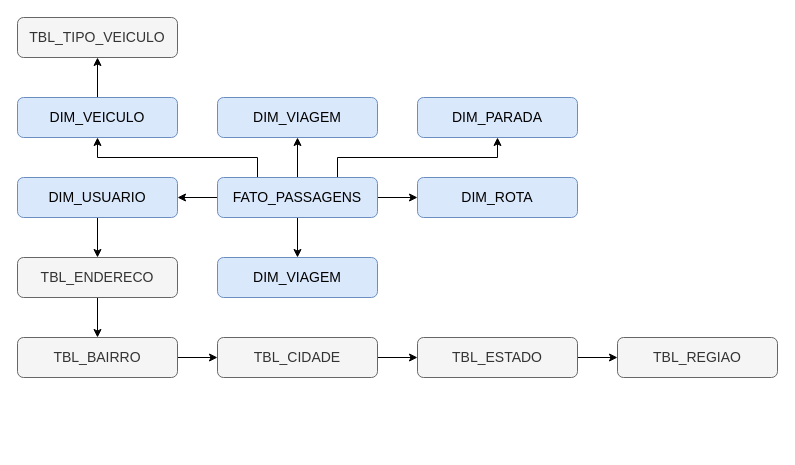
Earlier version of the draw.io diagram Pokedevs.DatabaseDiagram/Untitled Diagram.drawio (lucascgs1/FIAP-SmartCities-Oracle). Source tidied: cells renumbered, new cells numbered last; positions are measured from the earlier drawing's top-left corner, leaving out a move shared by most shapes. Both pictures are drawn from the tidied source at 100%, with x=0, y=0 at pixel (17, 17).
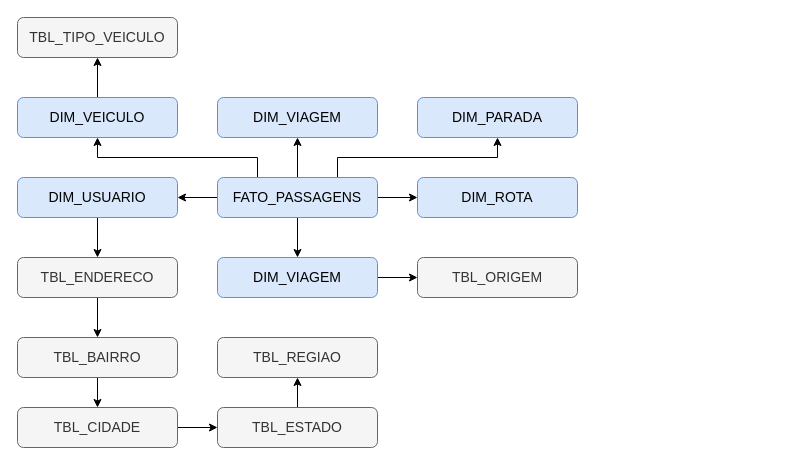
After the change.

Unchanged cells that the change refers to:
```xml
<mxCell id="12" value="&lt;span style=&quot;font-size: 14px&quot;&gt;DIM_VIAGEM&lt;/span&gt;" style="rounded=1;whiteSpace=wrap;html=1;fillColor=#dae8fc;strokeColor=#6c8ebf;" parent="1" vertex="1">
  <mxGeometry x="200" y="240" width="160" height="40" as="geometry" />
</mxCell>
```

The edit, as a diff of the source:
```diff
@@
+    <mxCell id="27" style="edgeStyle=orthogonalEdgeStyle;rounded=0;jettySize=auto;html=1;" parent="1" edge="1" source="12" target="28">
+      <mxGeometry relative="1" as="geometry" />
+    </mxCell>
@@
     <mxCell id="23" value="&lt;span style=&quot;font-size: 14px&quot;&gt;TBL_CIDADE&lt;/span&gt;" style="rounded=1;whiteSpace=wrap;html=1;fillColor=#f5f5f5;strokeColor=#666666;fontColor=#333333;" parent="1" vertex="1">
-      <mxGeometry x="200" y="320" width="160" height="40" as="geometry" />
+      <mxGeometry y="390" width="160" height="40" as="geometry" />
     </mxCell>
@@
     <mxCell id="25" value="&lt;span style=&quot;font-size: 14px&quot;&gt;TBL_ESTADO&lt;/span&gt;" style="rounded=1;whiteSpace=wrap;html=1;fillColor=#f5f5f5;strokeColor=#666666;fontColor=#333333;" parent="1" vertex="1">
-      <mxGeometry x="400" y="320" width="160" height="40" as="geometry" />
+      <mxGeometry x="200" y="390" width="160" height="40" as="geometry" />
     </mxCell>
     <mxCell id="26" value="&lt;span style=&quot;font-size: 14px&quot;&gt;TBL_REGIAO&lt;/span&gt;" style="rounded=1;whiteSpace=wrap;html=1;fillColor=#f5f5f5;strokeColor=#666666;fontColor=#333333;" parent="1" vertex="1">
-      <mxGeometry x="600" y="320" width="160" height="40" as="geometry" />
+      <mxGeometry x="200" y="320" width="160" height="40" as="geometry" />
     </mxCell>
+    <mxCell id="28" value="&lt;span style=&quot;font-size: 14px&quot;&gt;TBL_ORIGEM&lt;/span&gt;" style="rounded=1;whiteSpace=wrap;html=1;fillColor=#f5f5f5;strokeColor=#666666;fontColor=#333333;" parent="1" vertex="1">
+      <mxGeometry x="400" y="240" width="160" height="40" as="geometry" />
+    </mxCell>
```
